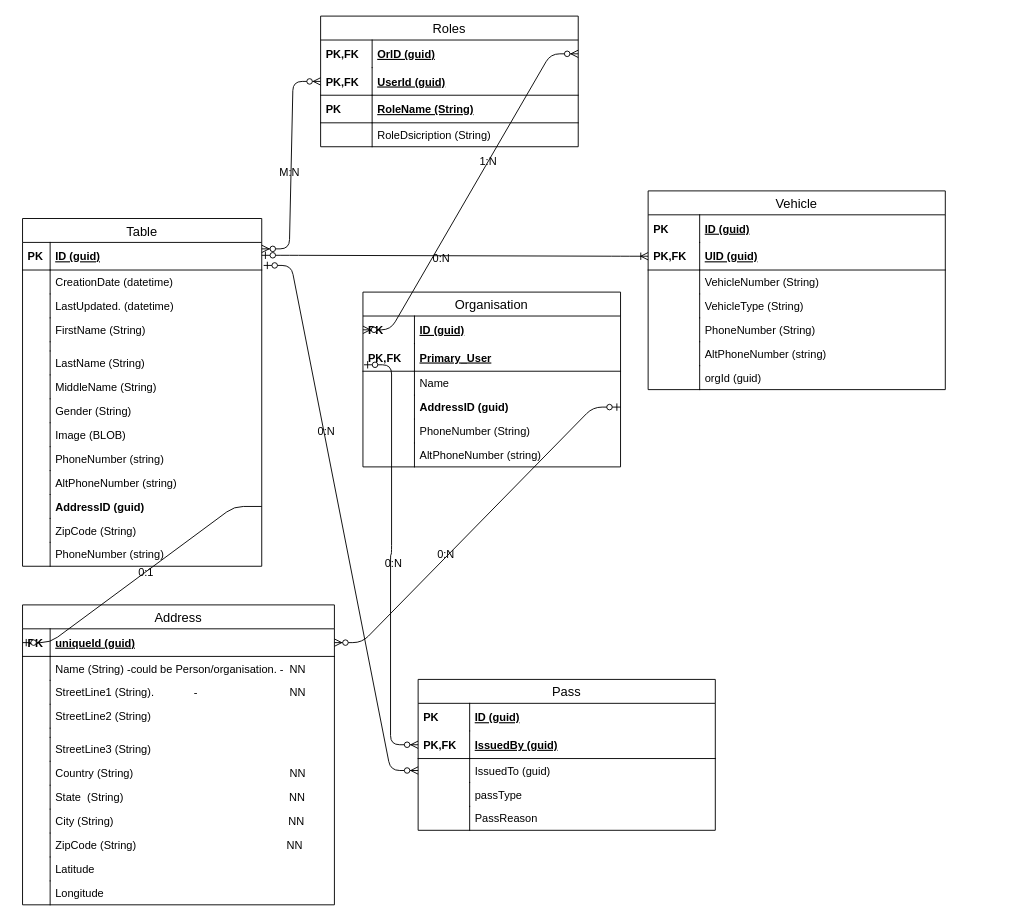
This is temporary-testing/ERModel.drawio from VICS-CORE/safepassage_server, a draw.io file, before an edit. Source tidied: cells renumbered, new cells numbered last; positions are measured from the earlier drawing's top-left corner, leaving out a move shared by most shapes. Both pictures are drawn from the tidied source at 92%, with x=0, y=0 at pixel (22, 16).
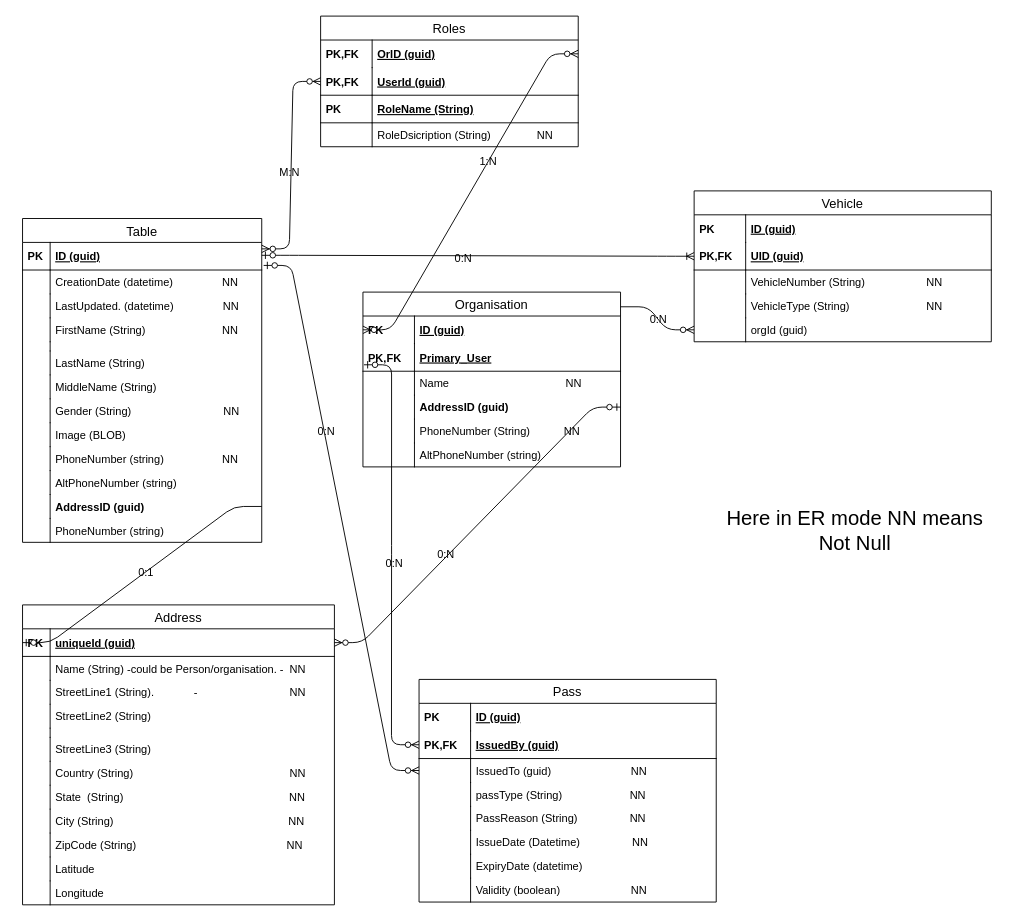
Above is the later version.

Commit message (it also covers changes not shown here):
update model diagram

Unchanged cells that the change refers to:
```xml
<mxCell id="33" value="Roles" style="swimlane;fontStyle=0;horizontal=1;startSize=26;align=center;fontSize=14;" parent="1" vertex="1">
  <mxGeometry x="324" width="280" height="142" as="geometry" />
</mxCell>
<mxCell id="42" value="Organisation" style="swimlane;fontStyle=0;horizontal=1;startSize=26;align=center;fontSize=14;" parent="1" vertex="1">
  <mxGeometry x="370" y="300" width="280" height="190" as="geometry" />
</mxCell>
```

What changed in the source:
```diff
@@
     <mxCell id="2" value="Table" style="swimlane;fontStyle=0;horizontal=1;startSize=26;align=center;fontSize=14;" parent="1" vertex="1">
-      <mxGeometry y="220" width="260" height="378" as="geometry" />
+      <mxGeometry y="220" width="260" height="352" as="geometry" />
     </mxCell>
@@
-    <mxCell id="5" value="CreationDate (datetime)" style="shape=partialRectangle;top=0;left=0;right=0;bottom=0;align=left;verticalAlign=top;fillColor=none;spacingLeft=34;spacingRight=4;overflow=hidden;points=[[0,0.5],[1,0.5]];portConstraint=eastwest;fontSize=12;" parent="2" vertex="1">
+    <mxCell id="5" value="CreationDate (datetime)                NN" style="shape=partialRectangle;top=0;left=0;right=0;bottom=0;align=left;verticalAlign=top;fillColor=none;spacingLeft=34;spacingRight=4;overflow=hidden;points=[[0,0.5],[1,0.5]];portConstraint=eastwest;fontSize=12;" parent="2" vertex="1">
       <mxGeometry y="56" width="260" height="26" as="geometry" />
     </mxCell>
@@
-    <mxCell id="7" value="LastUpdated. (datetime)" style="shape=partialRectangle;top=0;left=0;right=0;bottom=0;align=left;verticalAlign=top;fillColor=none;spacingLeft=34;spacingRight=4;overflow=hidden;fontSize=12;" parent="2" vertex="1">
+    <mxCell id="7" value="LastUpdated. (datetime)                NN" style="shape=partialRectangle;top=0;left=0;right=0;bottom=0;align=left;verticalAlign=top;fillColor=none;spacingLeft=34;spacingRight=4;overflow=hidden;fontSize=12;" parent="2" vertex="1">
       <mxGeometry y="82" width="260" height="26" as="geometry" />
     </mxCell>
@@
-    <mxCell id="9" value="FirstName (String)" style="shape=partialRectangle;top=0;left=0;right=0;bottom=0;align=left;verticalAlign=top;fillColor=none;spacingLeft=34;spacingRight=4;overflow=hidden;fontSize=12;" parent="2" vertex="1">
+    <mxCell id="9" value="FirstName (String)                         NN" style="shape=partialRectangle;top=0;left=0;right=0;bottom=0;align=left;verticalAlign=top;fillColor=none;spacingLeft=34;spacingRight=4;overflow=hidden;fontSize=12;" parent="2" vertex="1">
       <mxGeometry y="108" width="260" height="26" as="geometry" />
     </mxCell>
@@
-    <mxCell id="17" value="Gender (String)" style="shape=partialRectangle;top=0;left=0;right=0;bottom=0;align=left;verticalAlign=top;fillColor=none;spacingLeft=34;spacingRight=4;overflow=hidden;fontSize=12;" parent="2" vertex="1">
+    <mxCell id="17" value="Gender (String)                              NN" style="shape=partialRectangle;top=0;left=0;right=0;bottom=0;align=left;verticalAlign=top;fillColor=none;spacingLeft=34;spacingRight=4;overflow=hidden;fontSize=12;" parent="2" vertex="1">
       <mxGeometry y="196" width="260" height="26" as="geometry" />
     </mxCell>
@@
-    <mxCell id="21" value="PhoneNumber (string)" style="shape=partialRectangle;top=0;left=0;right=0;bottom=0;align=left;verticalAlign=top;fillColor=none;spacingLeft=34;spacingRight=4;overflow=hidden;fontSize=12;" parent="2" vertex="1">
+    <mxCell id="21" value="PhoneNumber (string)                   NN" style="shape=partialRectangle;top=0;left=0;right=0;bottom=0;align=left;verticalAlign=top;fillColor=none;spacingLeft=34;spacingRight=4;overflow=hidden;fontSize=12;" parent="2" vertex="1">
       <mxGeometry y="248" width="260" height="26" as="geometry" />
     </mxCell>
@@
-    <mxCell id="27" value="ZipCode (String)" style="shape=partialRectangle;top=0;left=0;right=0;bottom=0;align=left;verticalAlign=top;fillColor=none;spacingLeft=34;spacingRight=4;overflow=hidden;fontSize=12;" parent="2" vertex="1">
-      <mxGeometry y="326" width="260" height="26" as="geometry" />
-    </mxCell>
-    <mxCell id="28" style="shape=partialRectangle;top=0;left=0;bottom=0;fillColor=none;align=left;verticalAlign=top;spacingLeft=4;spacingRight=4;overflow=hidden;fontSize=12;" parent="27" vertex="1">
-      <mxGeometry width="30" height="26" as="geometry" />
-    </mxCell>
     <mxCell id="29" value="PhoneNumber (string)" style="shape=partialRectangle;top=0;left=0;right=0;bottom=0;align=left;verticalAlign=top;fillColor=none;spacingLeft=34;spacingRight=4;overflow=hidden;fontSize=12;" parent="2" vertex="1">
-      <mxGeometry y="352" width="260" height="26" as="geometry" />
+      <mxGeometry y="326" width="260" height="26" as="geometry" />
     </mxCell>
@@
-    <mxCell id="40" value="RoleDsicription (String)" style="shape=partialRectangle;top=0;left=0;right=0;bottom=0;align=left;verticalAlign=top;fillColor=none;spacingLeft=60;spacingRight=4;overflow=hidden;fontSize=12;" parent="33" vertex="1">
+    <mxCell id="40" value="RoleDsicription (String)               NN" style="shape=partialRectangle;top=0;left=0;right=0;bottom=0;align=left;verticalAlign=top;fillColor=none;spacingLeft=60;spacingRight=4;overflow=hidden;fontSize=12;" parent="33" vertex="1">
       <mxGeometry y="116" width="280" height="26" as="geometry" />
     </mxCell>
@@
-    <mxCell id="47" value="Name" style="shape=partialRectangle;top=0;left=0;right=0;bottom=0;align=left;verticalAlign=top;fillColor=none;spacingLeft=60;spacingRight=4;overflow=hidden;fontSize=12;" parent="42" vertex="1">
+    <mxCell id="47" value="Name                                      NN" style="shape=partialRectangle;top=0;left=0;right=0;bottom=0;align=left;verticalAlign=top;fillColor=none;spacingLeft=60;spacingRight=4;overflow=hidden;fontSize=12;" parent="42" vertex="1">
       <mxGeometry y="86" width="280" height="26" as="geometry" />
     </mxCell>
@@
-    <mxCell id="51" value="PhoneNumber (String)" style="shape=partialRectangle;top=0;left=0;right=0;bottom=0;align=left;verticalAlign=top;fillColor=none;spacingLeft=60;spacingRight=4;overflow=hidden;fontSize=12;" parent="42" vertex="1">
+    <mxCell id="51" value="PhoneNumber (String)           NN" style="shape=partialRectangle;top=0;left=0;right=0;bottom=0;align=left;verticalAlign=top;fillColor=none;spacingLeft=60;spacingRight=4;overflow=hidden;fontSize=12;" parent="42" vertex="1">
       <mxGeometry y="138" width="280" height="26" as="geometry" />
     </mxCell>
@@
-    <mxCell id="86" value="Vehicle" style="swimlane;fontStyle=0;horizontal=1;startSize=26;align=center;fontSize=14;" parent="1" vertex="1">
-      <mxGeometry x="680" y="190" width="323" height="216" as="geometry" />
-    </mxCell>
-    <mxCell id="87" value="ID (guid)" style="shape=partialRectangle;top=0;left=0;right=0;bottom=0;align=left;verticalAlign=middle;fillColor=none;spacingLeft=60;spacingRight=4;overflow=hidden;fontStyle=5;fontSize=12;" parent="86" vertex="1">
-      <mxGeometry y="26" width="323" height="30" as="geometry" />
-    </mxCell>
-    <mxCell id="88" value="PK" style="shape=partialRectangle;fontStyle=1;top=0;left=0;bottom=0;fillColor=none;align=left;verticalAlign=middle;spacingLeft=4;spacingRight=4;overflow=hidden;fontSize=12;" parent="87" vertex="1">
-      <mxGeometry width="56" height="30" as="geometry" />
-    </mxCell>
-    <mxCell id="89" value="UID (guid)" style="shape=partialRectangle;top=0;left=0;right=0;bottom=1;align=left;verticalAlign=middle;fillColor=none;spacingLeft=60;spacingRight=4;overflow=hidden;points=[[0,0.5],[1,0.5]];portConstraint=eastwest;fontStyle=5;fontSize=12;" parent="86" vertex="1">
-      <mxGeometry y="56" width="323" height="30" as="geometry" />
-    </mxCell>
-    <mxCell id="90" value="PK,FK" style="shape=partialRectangle;fontStyle=1;top=0;left=0;bottom=0;fillColor=none;align=left;verticalAlign=middle;spacingLeft=4;spacingRight=4;overflow=hidden;fontSize=12;" parent="89" vertex="1">
-      <mxGeometry width="56" height="30" as="geometry" />
-    </mxCell>
-    <mxCell id="91" value="VehicleNumber (String)" style="shape=partialRectangle;top=0;left=0;right=0;bottom=0;align=left;verticalAlign=top;fillColor=none;spacingLeft=60;spacingRight=4;overflow=hidden;fontSize=12;" parent="86" vertex="1">
-      <mxGeometry y="86" width="323" height="26" as="geometry" />
-    </mxCell>
-    <mxCell id="92" style="shape=partialRectangle;top=0;left=0;bottom=0;fillColor=none;align=left;verticalAlign=top;spacingLeft=4;spacingRight=4;overflow=hidden;fontSize=12;" parent="91" vertex="1">
-      <mxGeometry width="56" height="26" as="geometry" />
-    </mxCell>
-    <mxCell id="93" value="VehicleType (String)" style="shape=partialRectangle;top=0;left=0;right=0;bottom=0;align=left;verticalAlign=top;fillColor=none;spacingLeft=60;spacingRight=4;overflow=hidden;fontSize=12;" parent="86" vertex="1">
-      <mxGeometry y="112" width="323" height="26" as="geometry" />
-    </mxCell>
-    <mxCell id="94" style="shape=partialRectangle;top=0;left=0;bottom=0;fillColor=none;align=left;verticalAlign=top;spacingLeft=4;spacingRight=4;overflow=hidden;fontSize=12;" parent="93" vertex="1">
-      <mxGeometry width="56" height="26" as="geometry" />
-    </mxCell>
-    <mxCell id="95" value="PhoneNumber (String)" style="shape=partialRectangle;top=0;left=0;right=0;bottom=0;align=left;verticalAlign=top;fillColor=none;spacingLeft=60;spacingRight=4;overflow=hidden;fontSize=12;" parent="86" vertex="1">
-      <mxGeometry y="138" width="323" height="26" as="geometry" />
-    </mxCell>
-    <mxCell id="96" style="shape=partialRectangle;top=0;left=0;bottom=0;fillColor=none;align=left;verticalAlign=top;spacingLeft=4;spacingRight=4;overflow=hidden;fontSize=12;" parent="95" vertex="1">
-      <mxGeometry width="56" height="26" as="geometry" />
-    </mxCell>
-    <mxCell id="97" value="AltPhoneNumber (string)" style="shape=partialRectangle;top=0;left=0;right=0;bottom=0;align=left;verticalAlign=top;fillColor=none;spacingLeft=60;spacingRight=4;overflow=hidden;fontSize=12;" parent="86" vertex="1">
-      <mxGeometry y="164" width="323" height="26" as="geometry" />
-    </mxCell>
-    <mxCell id="98" style="shape=partialRectangle;top=0;left=0;bottom=0;fillColor=none;align=left;verticalAlign=top;spacingLeft=4;spacingRight=4;overflow=hidden;fontSize=12;" parent="97" vertex="1">
-      <mxGeometry width="56" height="26" as="geometry" />
-    </mxCell>
-    <mxCell id="99" value="orgId (guid)" style="shape=partialRectangle;top=0;left=0;right=0;bottom=0;align=left;verticalAlign=top;fillColor=none;spacingLeft=60;spacingRight=4;overflow=hidden;points=[[0,0.5],[1,0.5]];portConstraint=eastwest;fontSize=12;" parent="86" vertex="1">
-      <mxGeometry y="190" width="323" height="26" as="geometry" />
-    </mxCell>
-    <mxCell id="100" style="shape=partialRectangle;top=0;left=0;bottom=0;fillColor=none;align=left;verticalAlign=top;spacingLeft=4;spacingRight=4;overflow=hidden;fontSize=12;" parent="99" vertex="1">
-      <mxGeometry width="56" height="26" as="geometry" />
-    </mxCell>
@@
     <mxCell id="105" value="Pass" style="swimlane;fontStyle=0;horizontal=1;startSize=26;align=center;fontSize=14;" parent="1" vertex="1">
-      <mxGeometry x="430" y="721" width="323" height="164" as="geometry" />
+      <mxGeometry x="431" y="721" width="323" height="242" as="geometry" />
     </mxCell>
@@
-    <mxCell id="110" value="IssuedTo (guid)" style="shape=partialRectangle;top=0;left=0;right=0;bottom=0;align=left;verticalAlign=top;fillColor=none;spacingLeft=60;spacingRight=4;overflow=hidden;points=[[0,0.5],[1,0.5]];portConstraint=eastwest;fontSize=12;" parent="105" vertex="1">
+    <mxCell id="110" value="IssuedTo (guid)                          NN" style="shape=partialRectangle;top=0;left=0;right=0;bottom=0;align=left;verticalAlign=top;fillColor=none;spacingLeft=60;spacingRight=4;overflow=hidden;points=[[0,0.5],[1,0.5]];portConstraint=eastwest;fontSize=12;" parent="105" vertex="1">
       <mxGeometry y="86" width="323" height="26" as="geometry" />
     </mxCell>
@@
-    <mxCell id="112" value="passType" style="shape=partialRectangle;top=0;left=0;right=0;bottom=0;align=left;verticalAlign=top;fillColor=none;spacingLeft=60;spacingRight=4;overflow=hidden;fontSize=12;" parent="105" vertex="1">
+    <mxCell id="112" value="passType (String)                      NN&#10; " style="shape=partialRectangle;top=0;left=0;right=0;bottom=0;align=left;verticalAlign=top;fillColor=none;spacingLeft=60;spacingRight=4;overflow=hidden;fontSize=12;" parent="105" vertex="1">
       <mxGeometry y="112" width="323" height="26" as="geometry" />
     </mxCell>
@@
-    <mxCell id="114" value="PassReason" style="shape=partialRectangle;top=0;left=0;right=0;bottom=0;align=left;verticalAlign=top;fillColor=none;spacingLeft=60;spacingRight=4;overflow=hidden;fontSize=12;" parent="105" vertex="1">
+    <mxCell id="114" value="PassReason (String)                 NN" style="shape=partialRectangle;top=0;left=0;right=0;bottom=0;align=left;verticalAlign=top;fillColor=none;spacingLeft=60;spacingRight=4;overflow=hidden;fontSize=12;" parent="105" vertex="1">
       <mxGeometry y="138" width="323" height="26" as="geometry" />
     </mxCell>
@@
+    <mxCell id="118" value="IssueDate (Datetime)                 NN" style="shape=partialRectangle;top=0;left=0;right=0;bottom=0;align=left;verticalAlign=top;fillColor=none;spacingLeft=60;spacingRight=4;overflow=hidden;fontSize=12;" parent="105" vertex="1">
+      <mxGeometry y="164" width="323" height="26" as="geometry" />
+    </mxCell>
+    <mxCell id="119" style="shape=partialRectangle;top=0;left=0;bottom=0;fillColor=none;align=left;verticalAlign=top;spacingLeft=4;spacingRight=4;overflow=hidden;fontSize=12;" parent="118" vertex="1">
+      <mxGeometry width="56" height="26" as="geometry" />
+    </mxCell>
+    <mxCell id="120" value="ExpiryDate (datetime)" style="shape=partialRectangle;top=0;left=0;right=0;bottom=0;align=left;verticalAlign=top;fillColor=none;spacingLeft=60;spacingRight=4;overflow=hidden;fontSize=12;" parent="105" vertex="1">
+      <mxGeometry y="190" width="323" height="26" as="geometry" />
+    </mxCell>
+    <mxCell id="121" style="shape=partialRectangle;top=0;left=0;bottom=0;fillColor=none;align=left;verticalAlign=top;spacingLeft=4;spacingRight=4;overflow=hidden;fontSize=12;" parent="120" vertex="1">
+      <mxGeometry width="56" height="26" as="geometry" />
+    </mxCell>
+    <mxCell id="122" value="Validity (boolean)                       NN" style="shape=partialRectangle;top=0;left=0;right=0;bottom=0;align=left;verticalAlign=top;fillColor=none;spacingLeft=60;spacingRight=4;overflow=hidden;fontSize=12;" parent="105" vertex="1">
+      <mxGeometry y="216" width="323" height="26" as="geometry" />
+    </mxCell>
+    <mxCell id="123" style="shape=partialRectangle;top=0;left=0;bottom=0;fillColor=none;align=left;verticalAlign=top;spacingLeft=4;spacingRight=4;overflow=hidden;fontSize=12;" parent="122" vertex="1">
+      <mxGeometry width="56" height="26" as="geometry" />
+    </mxCell>
@@
+    <mxCell id="124" value="&lt;font style=&quot;font-size: 22px&quot;&gt;Here in ER mode NN means Not Null&lt;/font&gt;" style="text;html=1;strokeColor=none;fillColor=none;align=center;verticalAlign=middle;whiteSpace=wrap;rounded=0;" parent="1" vertex="1">
+      <mxGeometry x="750" y="550" width="310" height="20" as="geometry" />
+    </mxCell>
+    <mxCell id="125" style="edgeStyle=entityRelationEdgeStyle;fontSize=12;html=1;endArrow=ERzeroToMany;endFill=1;exitX=1;exitY=0.084;exitDx=0;exitDy=0;exitPerimeter=0;entryX=0;entryY=0.5;entryDx=0;entryDy=0;" parent="1" edge="1" source="42" target="99">
+      <mxGeometry relative="1" as="geometry" />
+    </mxCell>
+    <mxCell id="126" value="0:N" style="text;html=1;align=center;verticalAlign=middle;" parent="125" vertex="1">
+      <mxGeometry x="0.02" relative="1" as="geometry" />
+    </mxCell>
+    <mxCell id="86" value="Vehicle" style="swimlane;fontStyle=0;horizontal=1;startSize=26;align=center;fontSize=14;" parent="1" vertex="1">
+      <mxGeometry x="730" y="190" width="323" height="164" as="geometry" />
+    </mxCell>
+    <mxCell id="87" value="ID (guid)" style="shape=partialRectangle;top=0;left=0;right=0;bottom=0;align=left;verticalAlign=middle;fillColor=none;spacingLeft=60;spacingRight=4;overflow=hidden;fontStyle=5;fontSize=12;" parent="86" vertex="1">
+      <mxGeometry y="26" width="323" height="30" as="geometry" />
+    </mxCell>
+    <mxCell id="88" value="PK" style="shape=partialRectangle;fontStyle=1;top=0;left=0;bottom=0;fillColor=none;align=left;verticalAlign=middle;spacingLeft=4;spacingRight=4;overflow=hidden;fontSize=12;" parent="87" vertex="1">
+      <mxGeometry width="56" height="30" as="geometry" />
+    </mxCell>
+    <mxCell id="89" value="UID (guid)" style="shape=partialRectangle;top=0;left=0;right=0;bottom=1;align=left;verticalAlign=middle;fillColor=none;spacingLeft=60;spacingRight=4;overflow=hidden;points=[[0,0.5],[1,0.5]];portConstraint=eastwest;fontStyle=5;fontSize=12;" parent="86" vertex="1">
+      <mxGeometry y="56" width="323" height="30" as="geometry" />
+    </mxCell>
+    <mxCell id="90" value="PK,FK" style="shape=partialRectangle;fontStyle=1;top=0;left=0;bottom=0;fillColor=none;align=left;verticalAlign=middle;spacingLeft=4;spacingRight=4;overflow=hidden;fontSize=12;" parent="89" vertex="1">
+      <mxGeometry width="56" height="30" as="geometry" />
+    </mxCell>
+    <mxCell id="91" value="VehicleNumber (String)                    NN" style="shape=partialRectangle;top=0;left=0;right=0;bottom=0;align=left;verticalAlign=top;fillColor=none;spacingLeft=60;spacingRight=4;overflow=hidden;fontSize=12;" parent="86" vertex="1">
+      <mxGeometry y="86" width="323" height="26" as="geometry" />
+    </mxCell>
+    <mxCell id="92" style="shape=partialRectangle;top=0;left=0;bottom=0;fillColor=none;align=left;verticalAlign=top;spacingLeft=4;spacingRight=4;overflow=hidden;fontSize=12;" parent="91" vertex="1">
+      <mxGeometry width="56" height="26" as="geometry" />
+    </mxCell>
+    <mxCell id="93" value="VehicleType (String)                         NN" style="shape=partialRectangle;top=0;left=0;right=0;bottom=0;align=left;verticalAlign=top;fillColor=none;spacingLeft=60;spacingRight=4;overflow=hidden;fontSize=12;" parent="86" vertex="1">
+      <mxGeometry y="112" width="323" height="26" as="geometry" />
+    </mxCell>
+    <mxCell id="94" style="shape=partialRectangle;top=0;left=0;bottom=0;fillColor=none;align=left;verticalAlign=top;spacingLeft=4;spacingRight=4;overflow=hidden;fontSize=12;" parent="93" vertex="1">
+      <mxGeometry width="56" height="26" as="geometry" />
+    </mxCell>
+    <mxCell id="99" value="orgId (guid)" style="shape=partialRectangle;top=0;left=0;right=0;bottom=0;align=left;verticalAlign=top;fillColor=none;spacingLeft=60;spacingRight=4;overflow=hidden;points=[[0,0.5],[1,0.5]];portConstraint=eastwest;fontSize=12;" parent="86" vertex="1">
+      <mxGeometry y="138" width="323" height="26" as="geometry" />
+    </mxCell>
+    <mxCell id="100" style="shape=partialRectangle;top=0;left=0;bottom=0;fillColor=none;align=left;verticalAlign=top;spacingLeft=4;spacingRight=4;overflow=hidden;fontSize=12;" parent="99" vertex="1">
+      <mxGeometry width="56" height="26" as="geometry" />
+    </mxCell>
```
